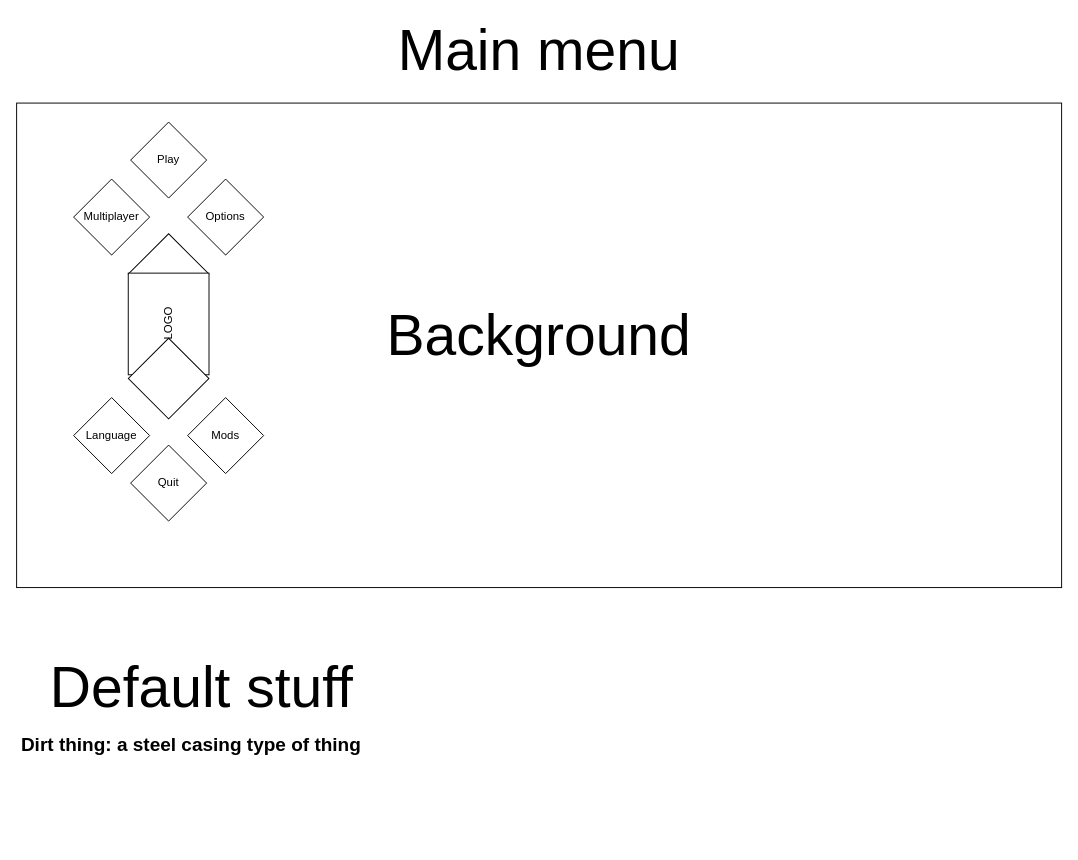
Before: plans/menu_layout.drawio in RelivoF/New-Dawn, a draw.io diagram. Source tidied: cells renumbered, new cells numbered last; positions are measured from the earlier drawing's top-left corner, leaving out a move shared by most shapes. Both pictures are drawn from the tidied source at 95%, with x=0, y=0 at pixel (16, 36).
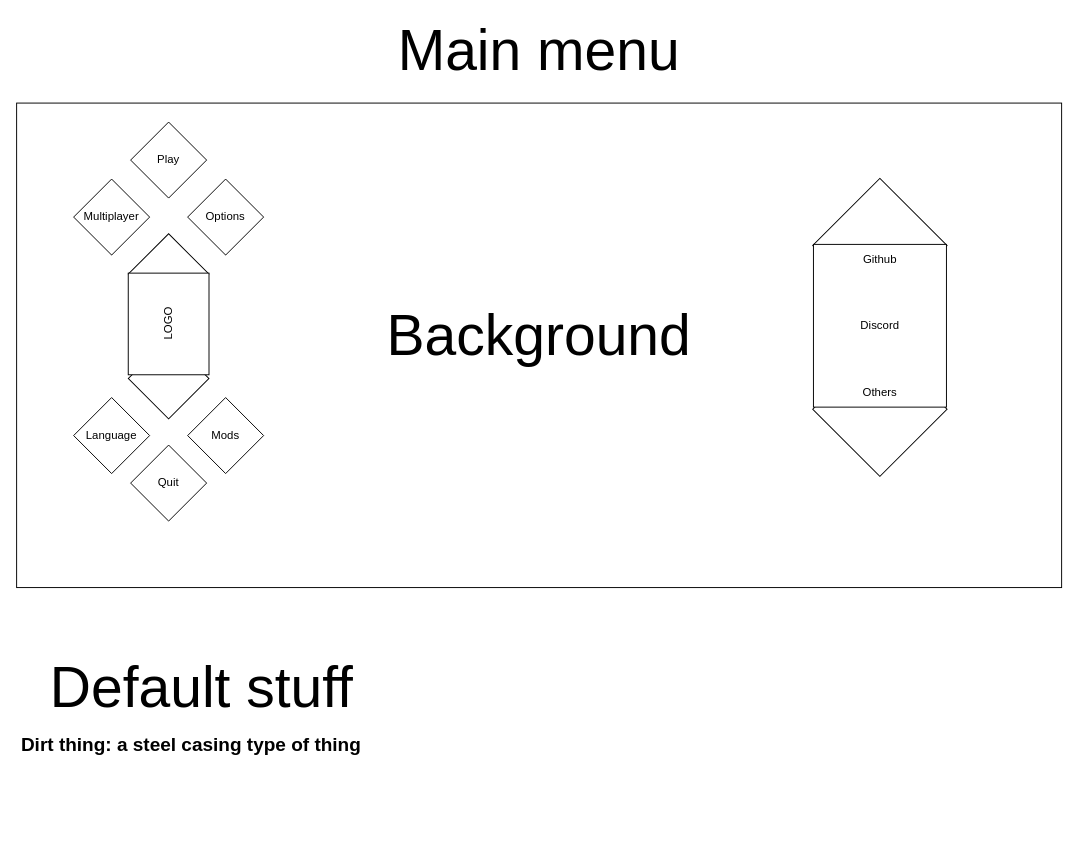
After the change.

The edit, as a diff of the source:
```diff
@@
+    <mxCell id="16" style="group;" parent="1" vertex="1">
+      <mxGeometry x="117.5" y="207.6" width="85" height="194.9" as="geometry" />
+    </mxCell>
+    <mxCell id="15" style="whiteSpace=wrap;html=1;rotation=45;" parent="16" vertex="1">
+      <mxGeometry x="12.5" y="122.4" width="60" height="60" as="geometry" />
+    </mxCell>
-    <mxCell id="13" style="whiteSpace=wrap;html=1;rotation=45;" parent="1" vertex="1">
-      <mxGeometry x="130" y="220" width="60" height="60" as="geometry" />
+    <mxCell id="13" style="whiteSpace=wrap;html=1;rotation=45;" parent="16" vertex="1">
+      <mxGeometry x="12.5" y="12.4" width="60" height="60" as="geometry" />
     </mxCell>
-    <mxCell id="14" value="LOGO" style="rounded=0;whiteSpace=wrap;html=1;rotation=-90;" parent="1" vertex="1">
-      <mxGeometry x="106.5" y="260" width="107" height="85" as="geometry" />
+    <mxCell id="14" value="LOGO" style="rounded=0;whiteSpace=wrap;html=1;rotation=-90;" parent="16" vertex="1">
+      <mxGeometry x="-11" y="52.4" width="107" height="85" as="geometry" />
     </mxCell>
-    <mxCell id="15" style="whiteSpace=wrap;html=1;rotation=45;" parent="1" vertex="1">
-      <mxGeometry x="130" y="330" width="60" height="60" as="geometry" />
-    </mxCell>
+    <mxCell id="17" style="whiteSpace=wrap;html=1;rotation=45;" parent="1" vertex="1">
+      <mxGeometry x="858.7" y="342.3" width="100" height="100" as="geometry" />
+    </mxCell>
+    <mxCell id="18" style="whiteSpace=wrap;html=1;rotation=45;" parent="1" vertex="1">
+      <mxGeometry x="858.7" y="170" width="100" height="100" as="geometry" />
+    </mxCell>
+    <mxCell id="19" style="rounded=0;whiteSpace=wrap;html=1;rotation=-90;" parent="1" vertex="1">
+      <mxGeometry x="823.1" y="234.4" width="171.3" height="140" as="geometry" />
+    </mxCell>
+    <mxCell id="20" value="Github" style="text;html=1;strokeColor=none;fillColor=none;align=center;verticalAlign=middle;whiteSpace=wrap;rounded=0;" parent="1" vertex="1">
+      <mxGeometry x="878.7" y="220" width="60" height="30" as="geometry" />
+    </mxCell>
+    <mxCell id="21" value="Discord" style="text;html=1;strokeColor=none;fillColor=none;align=center;verticalAlign=middle;whiteSpace=wrap;rounded=0;" parent="1" vertex="1">
+      <mxGeometry x="878.7" y="289.4" width="60" height="30" as="geometry" />
+    </mxCell>
+    <mxCell id="22" value="Others" style="text;html=1;strokeColor=none;fillColor=none;align=center;verticalAlign=middle;whiteSpace=wrap;rounded=0;" parent="1" vertex="1">
+      <mxGeometry x="878.7" y="360" width="60" height="30" as="geometry" />
+    </mxCell>
```
